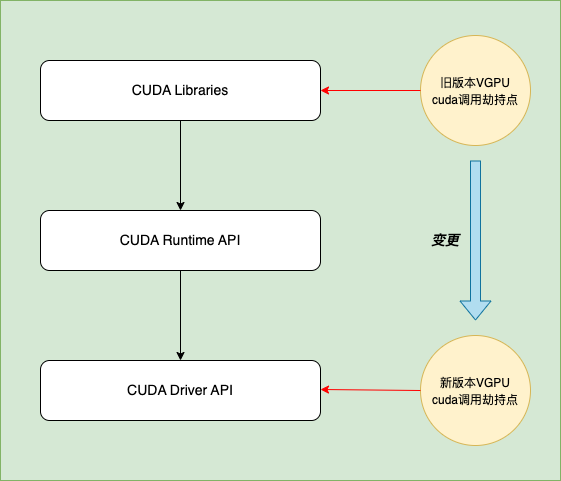
This is orion-vgpu-update-20221107.drawio.png from YanshanSong/draw.io, a draw.io export, as it was before one commit. Source tidied: cells renumbered, new cells last; positions are measured from the earlier drawing's top-left corner, leaving out a move shared by most shapes.
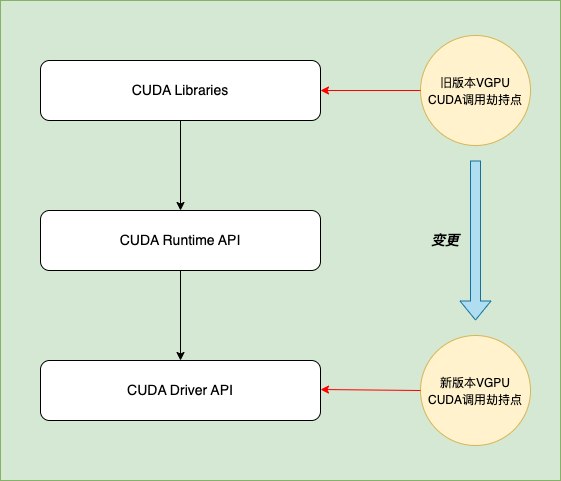
The same diagram one commit later.

Change to the diagram source:
```diff
@@ -14,10 +14,10 @@
     <mxCell id="5" value="&lt;font style=&quot;font-size: 14px;&quot;&gt;CUDA Libraries&lt;/font&gt;" style="rounded=1;whiteSpace=wrap;html=1;" parent="1" vertex="1">
       <mxGeometry x="40" y="60" width="280" height="60" as="geometry" />
     </mxCell>
-    <mxCell id="6" value="&lt;font style=&quot;font-size: 11px;&quot;&gt;新版本VGPU&lt;br style=&quot;font-size: 11px;&quot;&gt;cuda调用劫持点&lt;/font&gt;" style="ellipse;whiteSpace=wrap;html=1;fontSize=14;fillColor=#fff2cc;strokeColor=#d6b656;" parent="1" vertex="1">
+    <mxCell id="6" value="&lt;font style=&quot;font-size: 11px;&quot;&gt;新版本VGPU&lt;br style=&quot;font-size: 11px;&quot;&gt;CUDA调用劫持点&lt;/font&gt;" style="ellipse;whiteSpace=wrap;html=1;fontSize=14;fillColor=#fff2cc;strokeColor=#d6b656;" parent="1" vertex="1">
       <mxGeometry x="420" y="335" width="110" height="110" as="geometry" />
     </mxCell>
-    <mxCell id="7" value="&lt;font style=&quot;font-size: 11px;&quot;&gt;旧版本VGPU&lt;br style=&quot;font-size: 11px;&quot;&gt;cuda调用劫持点&lt;/font&gt;" style="ellipse;whiteSpace=wrap;html=1;fontSize=14;fillColor=#fff2cc;strokeColor=#d6b656;" parent="1" vertex="1">
+    <mxCell id="7" value="&lt;font style=&quot;font-size: 11px;&quot;&gt;旧版本VGPU&lt;br style=&quot;font-size: 11px;&quot;&gt;CUDA调用劫持点&lt;/font&gt;" style="ellipse;whiteSpace=wrap;html=1;fontSize=14;fillColor=#fff2cc;strokeColor=#d6b656;" parent="1" vertex="1">
       <mxGeometry x="420" y="35" width="110" height="110" as="geometry" />
     </mxCell>
     <mxCell id="8" style="endArrow=classic;html=1;rounded=0;fontSize=12;exitX=0.5;exitY=1;exitDx=0;exitDy=0;" parent="1" edge="1" source="5" target="4">
```
